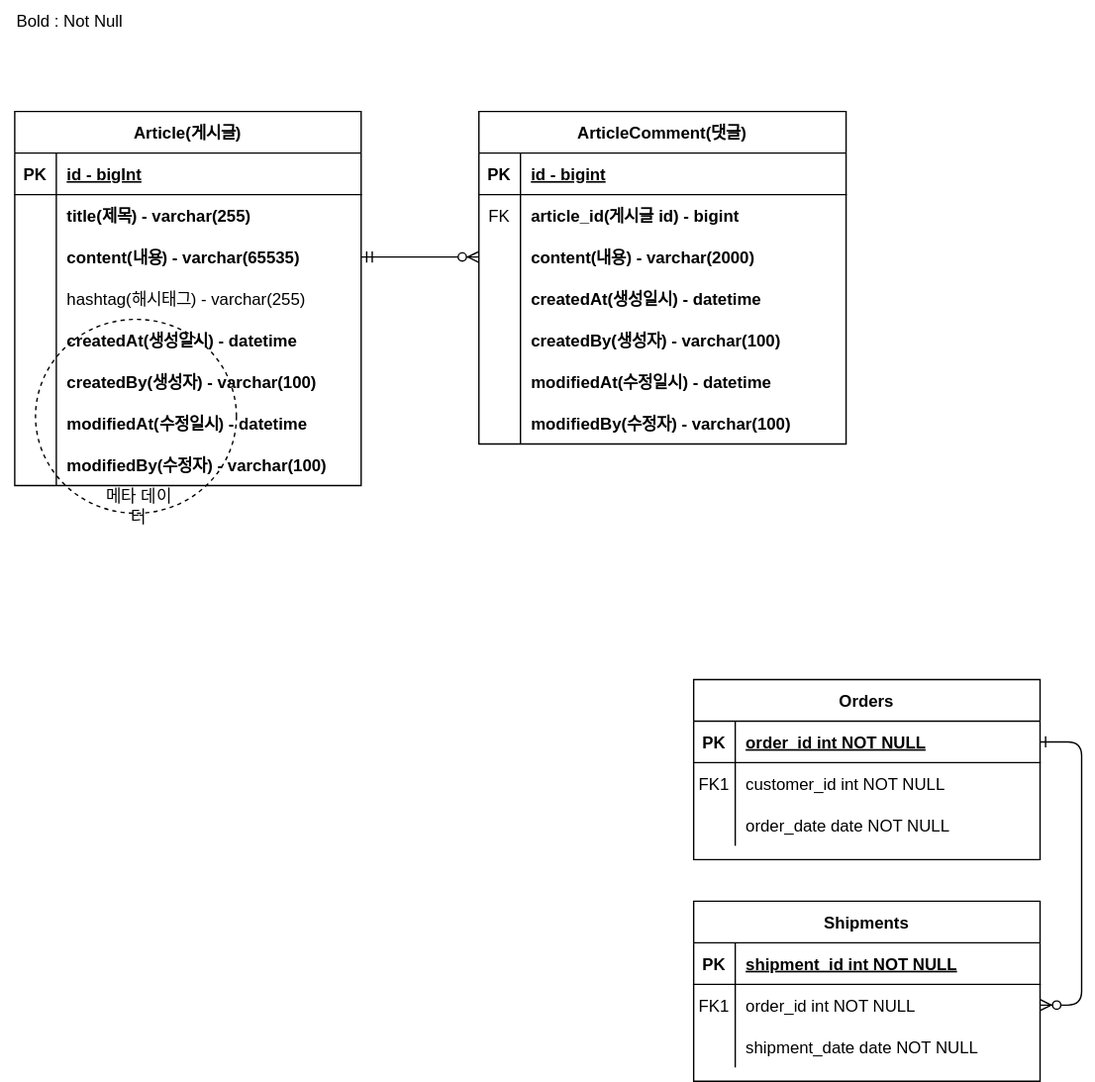
Before: document/project-board-erd.svg, a diagram exported from draw.io (hhongyeahh/project-board). Source tidied: cells renumbered, new cells last; positions are measured from the earlier drawing's top-left corner, leaving out a move shared by most shapes.
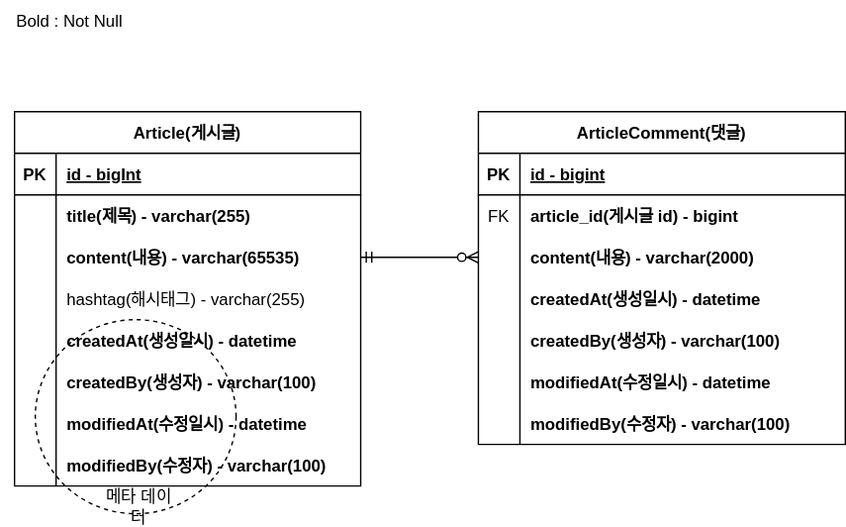
The same diagram one commit later.

Commit message:
#11 - project-board-erd 업데이트

What changed in the source:
```diff
@@ -2,69 +2,6 @@
   <root>
     <mxCell id="0" />
     <mxCell id="1" parent="0" />
-    <mxCell id="2" style="edgeStyle=entityRelationEdgeStyle;endArrow=ERzeroToMany;startArrow=ERone;endFill=1;startFill=0;" parent="1" edge="1" source="4" target="17">
-      <mxGeometry relative="1" as="geometry" />
-    </mxCell>
-    <mxCell id="3" value="Orders" style="shape=table;startSize=30;rowLines=0;fontStyle=1;align=center;" parent="1" vertex="1">
-      <mxGeometry x="500" y="490" width="250" height="130" as="geometry" />
-    </mxCell>
-    <mxCell id="4" style="shape=partialRectangle;fillColor=none;points=[[0,0.5],[1,0.5]];portConstraint=eastwest;top=0;left=0;right=0;bottom=1;" parent="3" vertex="1">
-      <mxGeometry y="30" width="250" height="30" as="geometry" />
-    </mxCell>
-    <mxCell id="5" value="PK" style="shape=partialRectangle;overflow=hidden;fillColor=none;top=0;left=0;bottom=0;right=0;fontStyle=1;" parent="4" vertex="1">
-      <mxGeometry width="30" height="30" as="geometry" />
-    </mxCell>
-    <mxCell id="6" value="order_id int NOT NULL " style="shape=partialRectangle;overflow=hidden;fillColor=none;top=0;left=0;bottom=0;right=0;align=left;spacingLeft=6;fontStyle=5;" parent="4" vertex="1">
-      <mxGeometry x="30" width="220" height="30" as="geometry" />
-    </mxCell>
-    <mxCell id="7" style="shape=partialRectangle;fillColor=none;top=0;left=0;right=0;bottom=0;" parent="3" vertex="1">
-      <mxGeometry y="60" width="250" height="30" as="geometry" />
-    </mxCell>
-    <mxCell id="8" value="FK1" style="shape=partialRectangle;overflow=hidden;fillColor=none;top=0;left=0;bottom=0;right=0;" parent="7" vertex="1">
-      <mxGeometry width="30" height="30" as="geometry" />
-    </mxCell>
-    <mxCell id="9" value="customer_id int NOT NULL" style="shape=partialRectangle;overflow=hidden;fillColor=none;top=0;left=0;bottom=0;right=0;align=left;spacingLeft=6;" parent="7" vertex="1">
-      <mxGeometry x="30" width="220" height="30" as="geometry" />
-    </mxCell>
-    <mxCell id="10" style="shape=partialRectangle;fillColor=none;top=0;left=0;right=0;bottom=0;" parent="3" vertex="1">
-      <mxGeometry y="90" width="250" height="30" as="geometry" />
-    </mxCell>
-    <mxCell id="11" style="shape=partialRectangle;overflow=hidden;fillColor=none;top=0;left=0;bottom=0;right=0;" parent="10" vertex="1">
-      <mxGeometry width="30" height="30" as="geometry" />
-    </mxCell>
-    <mxCell id="12" value="order_date date NOT NULL" style="shape=partialRectangle;overflow=hidden;fillColor=none;top=0;left=0;bottom=0;right=0;align=left;spacingLeft=6;" parent="10" vertex="1">
-      <mxGeometry x="30" width="220" height="30" as="geometry" />
-    </mxCell>
-    <mxCell id="13" value="Shipments" style="shape=table;startSize=30;rowLines=0;fontStyle=1;align=center;" parent="1" vertex="1">
-      <mxGeometry x="500" y="650" width="250" height="130" as="geometry" />
-    </mxCell>
-    <mxCell id="14" style="shape=partialRectangle;fillColor=none;top=0;left=0;right=0;bottom=1;" parent="13" vertex="1">
-      <mxGeometry y="30" width="250" height="30" as="geometry" />
-    </mxCell>
-    <mxCell id="15" value="PK" style="shape=partialRectangle;overflow=hidden;fillColor=none;top=0;left=0;bottom=0;right=0;fontStyle=1;" parent="14" vertex="1">
-      <mxGeometry width="30" height="30" as="geometry" />
-    </mxCell>
-    <mxCell id="16" value="shipment_id int NOT NULL " style="shape=partialRectangle;overflow=hidden;fillColor=none;top=0;left=0;bottom=0;right=0;align=left;spacingLeft=6;fontStyle=5;" parent="14" vertex="1">
-      <mxGeometry x="30" width="220" height="30" as="geometry" />
-    </mxCell>
-    <mxCell id="17" style="shape=partialRectangle;fillColor=none;points=[[0,0.5],[1,0.5]];portConstraint=eastwest;top=0;left=0;right=0;bottom=0;" parent="13" vertex="1">
-      <mxGeometry y="60" width="250" height="30" as="geometry" />
-    </mxCell>
-    <mxCell id="18" value="FK1" style="shape=partialRectangle;overflow=hidden;fillColor=none;top=0;left=0;bottom=0;right=0;" parent="17" vertex="1">
-      <mxGeometry width="30" height="30" as="geometry" />
-    </mxCell>
-    <mxCell id="19" value="order_id int NOT NULL" style="shape=partialRectangle;overflow=hidden;fillColor=none;top=0;left=0;bottom=0;right=0;align=left;spacingLeft=6;" parent="17" vertex="1">
-      <mxGeometry x="30" width="220" height="30" as="geometry" />
-    </mxCell>
-    <mxCell id="20" style="shape=partialRectangle;fillColor=none;top=0;left=0;right=0;bottom=0;" parent="13" vertex="1">
-      <mxGeometry y="90" width="250" height="30" as="geometry" />
-    </mxCell>
-    <mxCell id="21" style="shape=partialRectangle;overflow=hidden;fillColor=none;top=0;left=0;bottom=0;right=0;" parent="20" vertex="1">
-      <mxGeometry width="30" height="30" as="geometry" />
-    </mxCell>
-    <mxCell id="22" value="shipment_date date NOT NULL" style="shape=partialRectangle;overflow=hidden;fillColor=none;top=0;left=0;bottom=0;right=0;align=left;spacingLeft=6;" parent="20" vertex="1">
-      <mxGeometry x="30" width="220" height="30" as="geometry" />
-    </mxCell>
     <mxCell id="23" value="Article(게시글)" style="shape=table;startSize=30;rowLines=0;fontStyle=1;align=center;" parent="1" vertex="1">
       <mxGeometry x="10" y="80" width="250" height="270" as="geometry" />
     </mxCell>
```
